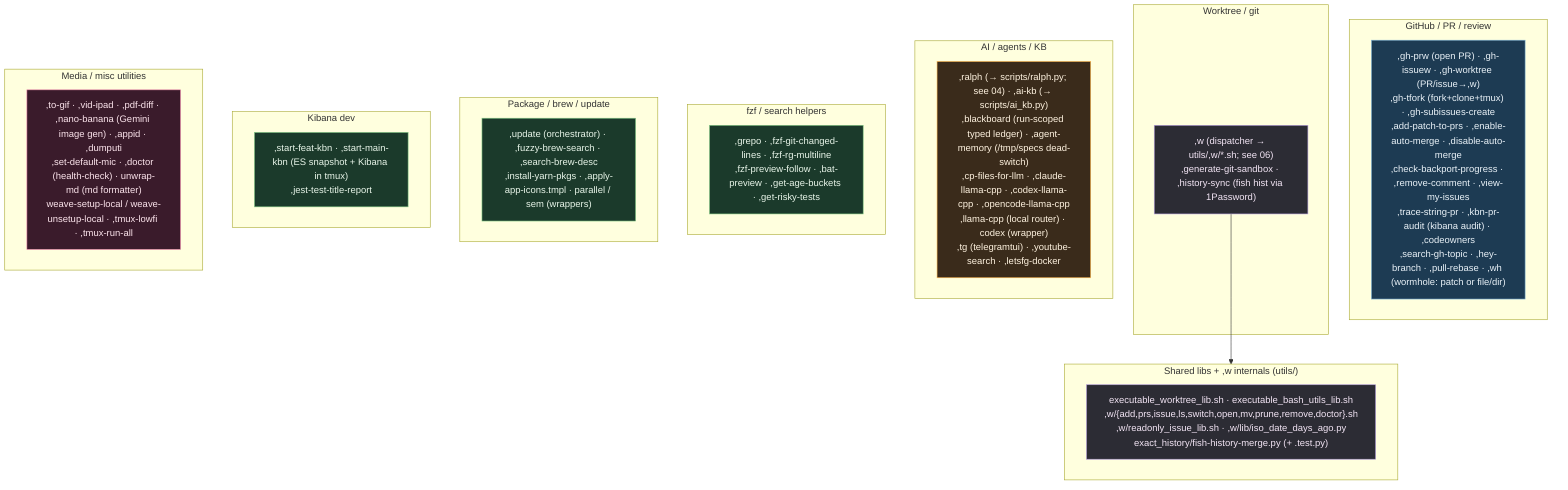
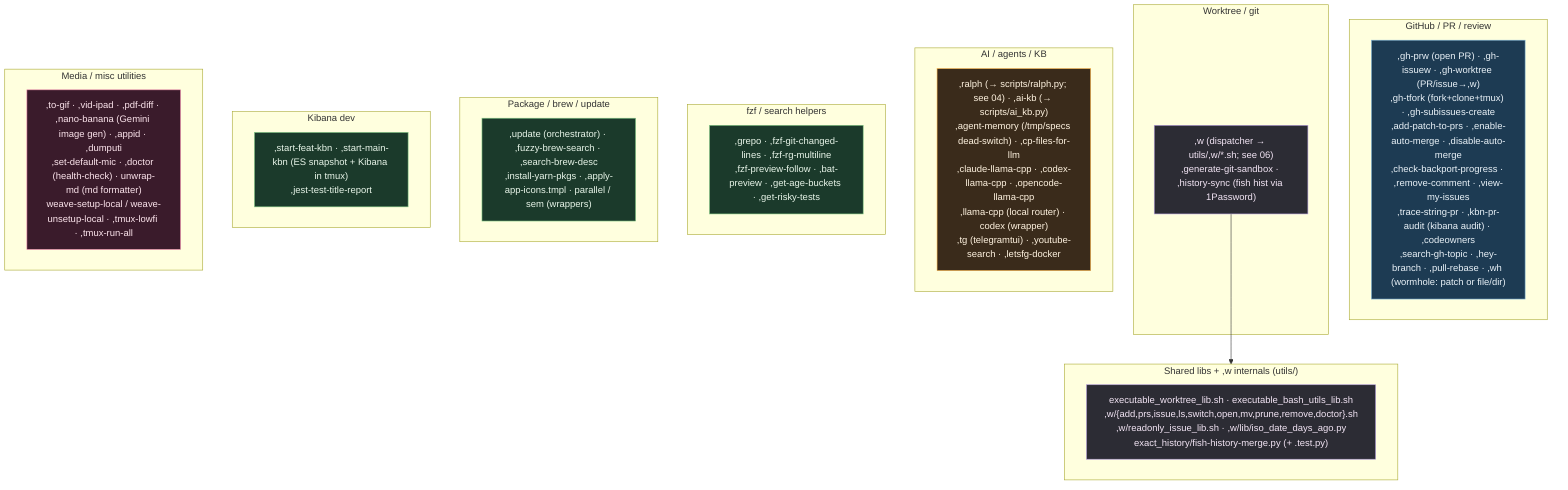
%% ============================================================================
- %% 07c-bin-commands.mmd — Every script in home/exact_bin/ (81 incl. utils).
+ %% 07c-bin-commands.mmd — Every script in home/exact_bin/ (80 incl. utils).
%% executable_,* → ~/bin/,* (comma-prefixed user commands). verify-bin-surface
%% keeps each command covered by fish completions, docs, and this catalog.
%% ============================================================================
flowchart TB
    classDef gh fill:#1d3b53,stroke:#7fb3d5,color:#eaf2f8;
    classDef wt fill:#2c2c34,stroke:#b39ddb,color:#f3e5f5;
    classDef ai fill:#3a2b1b,stroke:#ffb74d,color:#fff3e0;
    classDef media fill:#3a1b2b,stroke:#f48fb1,color:#fce4ec;
    classDef sys fill:#1b3a2b,stroke:#81c784,color:#e8f5e9;

    subgraph GHC["GitHub / PR / review"]
        G[",gh-prw (open PR) · ,gh-issuew · ,gh-worktree (PR/issue→,w)<br/>,gh-tfork (fork+clone+tmux) · ,gh-subissues-create<br/>,add-patch-to-prs · ,enable-auto-merge · ,disable-auto-merge<br/>,check-backport-progress · ,remove-comment · ,view-my-issues<br/>,trace-string-pr · ,kbn-pr-audit (kibana audit) · ,codeowners<br/>,search-gh-topic · ,hey-branch · ,pull-rebase · ,wh (wormhole: patch or file/dir)"]:::gh
    end

    subgraph WTC["Worktree / git"]
        W[",w (dispatcher → utils/,w/*.sh; see 06)<br/>,generate-git-sandbox · ,history-sync (fish hist via 1Password)"]:::wt
    end

    subgraph AIC["AI / agents / KB"]
-         A[",ralph (→ scripts/ralph.py; see 04) · ,ai-kb (→ scripts/ai_kb.py)<br/>,blackboard (run-scoped typed ledger) · ,agent-memory (/tmp/specs dead-switch)<br/>,cp-files-for-llm · ,claude-llama-cpp · ,codex-llama-cpp · ,opencode-llama-cpp<br/>,llama-cpp (local router) · codex (wrapper)<br/>,tg (telegramtui) · ,youtube-search · ,letsfg-docker"]:::ai
+         A[",ralph (→ scripts/ralph.py; see 04) · ,ai-kb (→ scripts/ai_kb.py)<br/>,agent-memory (/tmp/specs dead-switch) · ,cp-files-for-llm<br/>,claude-llama-cpp · ,codex-llama-cpp · ,opencode-llama-cpp<br/>,llama-cpp (local router) · codex (wrapper)<br/>,tg (telegramtui) · ,youtube-search · ,letsfg-docker"]:::ai
    end

    subgraph FZFC["fzf / search helpers"]
        F[",grepo · ,fzf-git-changed-lines · ,fzf-rg-multiline<br/>,fzf-preview-follow · ,bat-preview · ,get-age-buckets · ,get-risky-tests"]:::sys
    end

    subgraph PKGC["Package / brew / update"]
        P[",update (orchestrator) · ,fuzzy-brew-search · ,search-brew-desc<br/>,install-yarn-pkgs · ,apply-app-icons.tmpl · parallel / sem (wrappers)"]:::sys
    end

    subgraph KBNC["Kibana dev"]
        K[",start-feat-kbn · ,start-main-kbn (ES snapshot + Kibana in tmux)<br/>,jest-test-title-report"]:::sys
    end

    subgraph MEDIA["Media / misc utilities"]
        M[",to-gif · ,vid-ipad · ,pdf-diff · ,nano-banana (Gemini image gen) · ,appid · ,dumputi<br/>,set-default-mic · ,doctor (health-check) · unwrap-md (md formatter)<br/>weave-setup-local / weave-unsetup-local · ,tmux-lowfi · ,tmux-run-all"]:::media
    end

    subgraph LIBS["Shared libs + ,w internals (utils/)"]
        L["executable_worktree_lib.sh · executable_bash_utils_lib.sh<br/>,w/{add,prs,issue,ls,switch,open,mv,prune,remove,doctor}.sh<br/>,w/readonly_issue_lib.sh · ,w/lib/iso_date_days_ago.py<br/>exact_history/fish-history-merge.py (+ .test.py)"]:::wt
    end
    W --> LIBS
